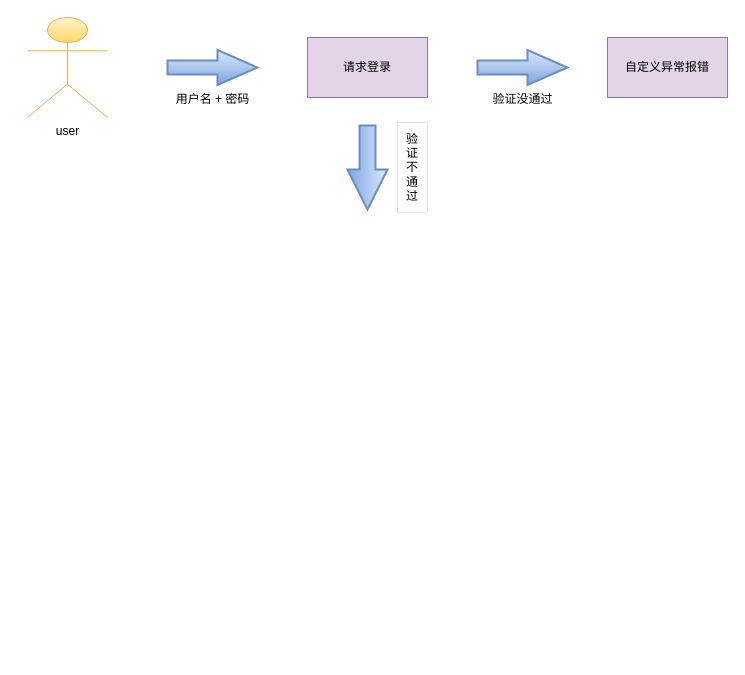
The draw.io diagram src/main/webapp/img/boke/shiro登录授权.drawio in Wangdewei1/photo-ssm-version1.0, before the edit. Source tidied: cells renumbered, new cells numbered last; positions are measured from the earlier drawing's top-left corner, leaving out a move shared by most shapes. Both pictures are drawn from the tidied source at 100%, with x=0, y=0 at pixel (27, 17).
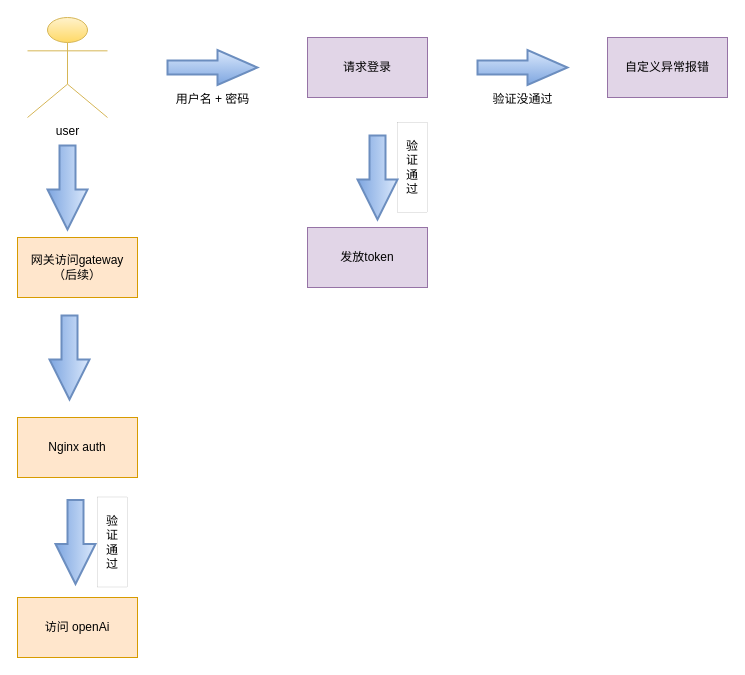
The same diagram, later.

What changed in the source:
```diff
@@
 <mxGraphModel>
   <root>
     <mxCell id="0" />
     <mxCell id="1" parent="0" />
     <mxCell id="2" value="user" style="shape=umlActor;verticalLabelPosition=bottom;verticalAlign=top;html=1;fillColor=#fff2cc;strokeColor=#d6b656;gradientColor=#ffd966;" parent="1" vertex="1">
       <mxGeometry width="80" height="100" as="geometry" />
     </mxCell>
     <mxCell id="3" value="用户名 + 密码" style="verticalLabelPosition=bottom;verticalAlign=top;html=1;strokeWidth=2;shape=mxgraph.arrows2.arrow;dy=0.6;dx=40;notch=0;fillColor=#dae8fc;gradientColor=#7ea6e0;strokeColor=#6c8ebf;" parent="1" vertex="1">
       <mxGeometry x="140" y="32.5" width="90" height="35" as="geometry" />
     </mxCell>
     <mxCell id="4" value="请求登录" style="rounded=0;whiteSpace=wrap;html=1;fillColor=#e1d5e7;strokeColor=#9673a6;" parent="1" vertex="1">
       <mxGeometry x="280" y="20" width="120" height="60" as="geometry" />
     </mxCell>
     <mxCell id="5" value="验证没通过" style="verticalLabelPosition=bottom;verticalAlign=top;html=1;strokeWidth=2;shape=mxgraph.arrows2.arrow;dy=0.6;dx=40;notch=0;fillColor=#dae8fc;gradientColor=#7ea6e0;strokeColor=#6c8ebf;" parent="1" vertex="1">
       <mxGeometry x="450" y="32.5" width="90" height="35" as="geometry" />
     </mxCell>
     <mxCell id="6" value="自定义异常报错" style="rounded=0;whiteSpace=wrap;html=1;fillColor=#e1d5e7;strokeColor=#9673a6;" parent="1" vertex="1">
       <mxGeometry x="580" y="20" width="120" height="60" as="geometry" />
     </mxCell>
     <mxCell id="7" style="verticalLabelPosition=top;verticalAlign=bottom;html=1;strokeWidth=2;shape=mxgraph.arrows2.arrow;dy=0.6;dx=40;notch=0;rotation=90;fillColor=#dae8fc;strokeColor=#6c8ebf;gradientColor=#7ea6e0;labelPosition=center;align=center;" parent="1" vertex="1">
-      <mxGeometry x="298" y="130" width="84" height="40" as="geometry" />
+      <mxGeometry x="-2" y="150" width="84" height="40" as="geometry" />
     </mxCell>
-    <mxCell id="8" value="&lt;div&gt;验&lt;/div&gt;&lt;div&gt;证&lt;/div&gt;&lt;div&gt;不&lt;/div&gt;&lt;div&gt;通&lt;/div&gt;&lt;div&gt;过&lt;/div&gt;" style="rounded=0;whiteSpace=wrap;html=1;strokeWidth=0;" parent="1" vertex="1">
+    <mxCell id="8" value="&lt;div&gt;验&lt;/div&gt;&lt;div&gt;证&lt;/div&gt;&lt;div&gt;通&lt;/div&gt;&lt;div&gt;过&lt;/div&gt;" style="rounded=0;whiteSpace=wrap;html=1;strokeWidth=0;" parent="1" vertex="1">
       <mxGeometry x="370" y="105" width="30" height="90" as="geometry" />
     </mxCell>
+    <mxCell id="9" value="发放token" style="rounded=0;whiteSpace=wrap;html=1;fillColor=#e1d5e7;strokeColor=#9673a6;" parent="1" vertex="1">
+      <mxGeometry x="280" y="210" width="120" height="60" as="geometry" />
+    </mxCell>
+    <mxCell id="10" style="verticalLabelPosition=top;verticalAlign=bottom;html=1;strokeWidth=2;shape=mxgraph.arrows2.arrow;dy=0.6;dx=40;notch=0;rotation=90;fillColor=#dae8fc;strokeColor=#6c8ebf;gradientColor=#7ea6e0;labelPosition=center;align=center;" parent="1" vertex="1">
+      <mxGeometry x="308" y="140" width="84" height="40" as="geometry" />
+    </mxCell>
+    <mxCell id="11" value="&lt;div&gt;网关访问gateway&lt;/div&gt;（后续）" style="rounded=0;whiteSpace=wrap;html=1;fillColor=#ffe6cc;strokeColor=#d79b00;" parent="1" vertex="1">
+      <mxGeometry x="-10" y="220" width="120" height="60" as="geometry" />
+    </mxCell>
+    <mxCell id="12" style="verticalLabelPosition=top;verticalAlign=bottom;html=1;strokeWidth=2;shape=mxgraph.arrows2.arrow;dy=0.6;dx=40;notch=0;rotation=90;fillColor=#dae8fc;strokeColor=#6c8ebf;gradientColor=#7ea6e0;labelPosition=center;align=center;" parent="1" vertex="1">
+      <mxGeometry y="320" width="84" height="40" as="geometry" />
+    </mxCell>
+    <mxCell id="13" value="Nginx auth" style="rounded=0;whiteSpace=wrap;html=1;fillColor=#ffe6cc;strokeColor=#d79b00;" parent="1" vertex="1">
+      <mxGeometry x="-10" y="400" width="120" height="60" as="geometry" />
+    </mxCell>
+    <mxCell id="14" style="verticalLabelPosition=top;verticalAlign=bottom;html=1;strokeWidth=2;shape=mxgraph.arrows2.arrow;dy=0.6;dx=40;notch=0;rotation=90;fillColor=#dae8fc;strokeColor=#6c8ebf;gradientColor=#7ea6e0;labelPosition=center;align=center;" parent="1" vertex="1">
+      <mxGeometry x="6" y="504.5" width="84" height="40" as="geometry" />
+    </mxCell>
+    <mxCell id="15" value="访问 openAi" style="rounded=0;whiteSpace=wrap;html=1;fillColor=#ffe6cc;strokeColor=#d79b00;" parent="1" vertex="1">
+      <mxGeometry x="-10" y="580" width="120" height="60" as="geometry" />
+    </mxCell>
+    <mxCell id="16" value="&lt;div&gt;验&lt;/div&gt;&lt;div&gt;证&lt;/div&gt;&lt;div&gt;通&lt;/div&gt;&lt;div&gt;过&lt;/div&gt;" style="rounded=0;whiteSpace=wrap;html=1;strokeWidth=0;" parent="1" vertex="1">
+      <mxGeometry x="70" y="479.5" width="30" height="90" as="geometry" />
+    </mxCell>
   </root>
 </mxGraphModel>
```
